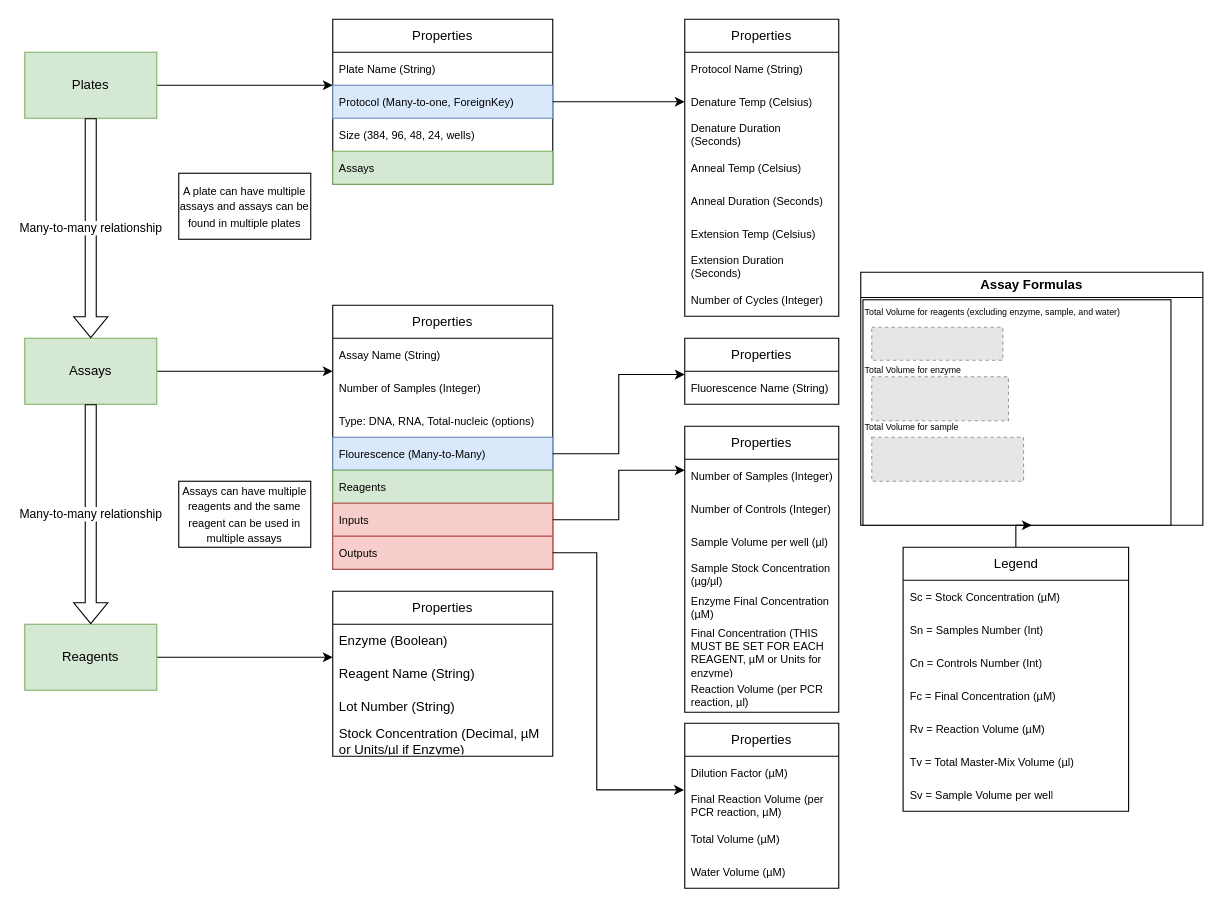
Above: page "Plate Schema" (5 of 5) of Untitled Diagram.drawio in FusRaDa/pcr-paperwork-website-draw (draw.io), before the change. Source tidied: cells renumbered, new cells numbered last; positions are measured from the earlier drawing's top-left corner, leaving out a move shared by most shapes. Both pictures are drawn from the tidied source at 110%, with x=0, y=0 at pixel (24, 19). Pictures stored in the file or linked from it are replaced by grey dashed boxes.
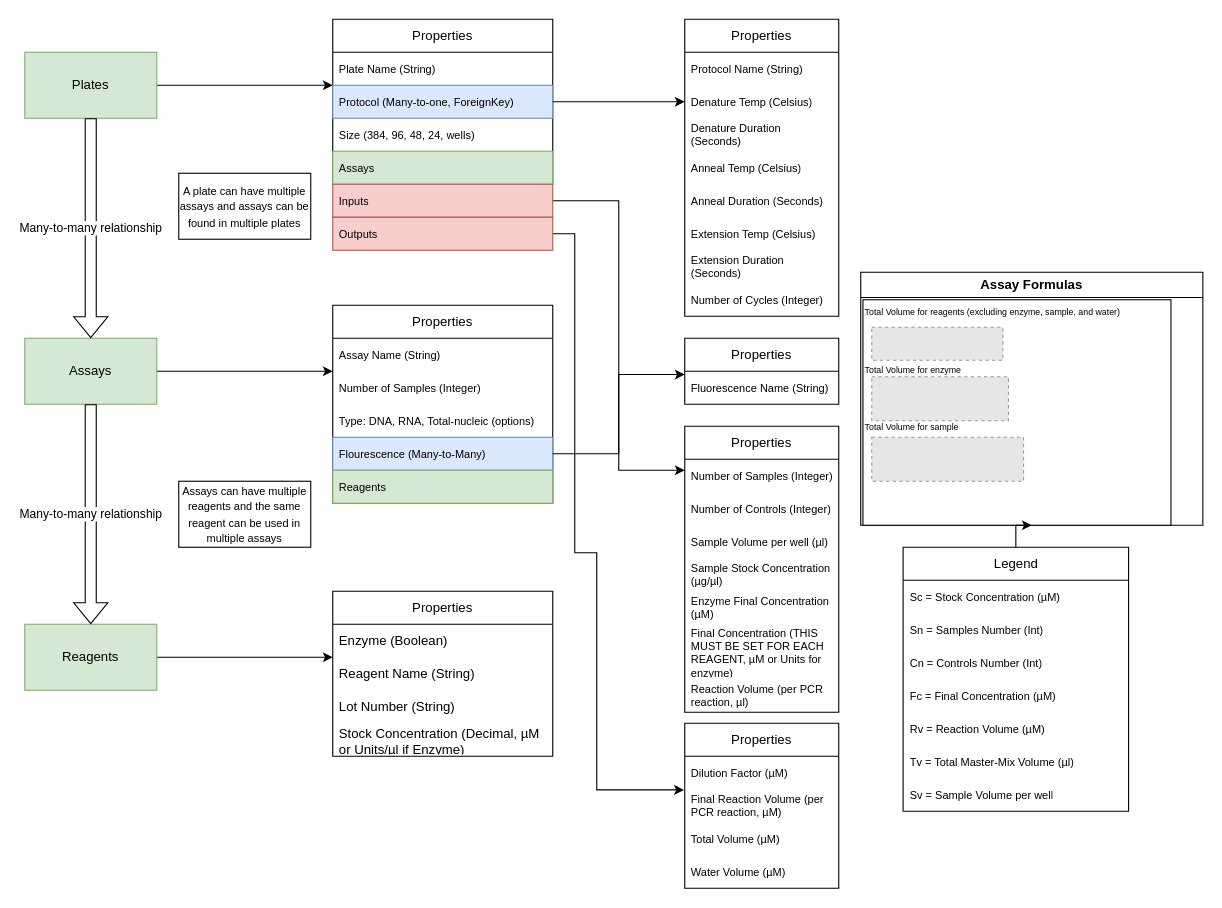
After the change.

The change refers to these unchanged cells:
```xml
<mxCell id="55" value="Final Reaction Volume (per PCR reaction, µM)" style="text;strokeColor=none;fillColor=none;align=left;verticalAlign=middle;spacingLeft=4;spacingRight=4;overflow=hidden;points=[[0,0.5],[1,0.5]];portConstraint=eastwest;whiteSpace=wrap;html=1;fontSize=10;" parent="53" vertex="1">
  <mxGeometry y="60" width="140" height="30" as="geometry" />
</mxCell>
```

What changed in the source:
```diff
@@
     <mxCell id="27" value="Properties" style="swimlane;fontStyle=0;horizontal=1;startSize=30;whiteSpace=wrap;html=1;" parent="1" vertex="1">
-      <mxGeometry x="280" y="260" width="200" height="240" as="geometry" />
+      <mxGeometry x="280" y="260" width="200" height="180" as="geometry" />
     </mxCell>
@@
-    <mxCell id="33" value="Inputs" style="text;strokeColor=#b85450;fillColor=#f8cecc;align=left;verticalAlign=middle;spacingLeft=4;spacingRight=4;overflow=hidden;points=[[0,0.5],[1,0.5]];portConstraint=eastwest;whiteSpace=wrap;html=1;fontSize=10;" parent="27" vertex="1">
-      <mxGeometry y="180" width="200" height="30" as="geometry" />
-    </mxCell>
-    <mxCell id="34" value="Outputs" style="text;strokeColor=#b85450;fillColor=#f8cecc;align=left;verticalAlign=middle;spacingLeft=4;spacingRight=4;overflow=hidden;points=[[0,0.5],[1,0.5]];portConstraint=eastwest;whiteSpace=wrap;html=1;fontSize=10;" parent="27" vertex="1">
-      <mxGeometry y="210" width="200" height="30" as="geometry" />
-    </mxCell>
@@
     <mxCell id="51" style="edgeStyle=orthogonalEdgeStyle;rounded=0;jettySize=auto;html=1;" parent="1" edge="1" source="33">
       <mxGeometry relative="1" as="geometry">
         <mxPoint x="600" y="410" as="targetPoint" />
         <Array as="points">
-          <mxPoint x="540" y="455" />
+          <mxPoint x="540" y="165" />
           <mxPoint x="540" y="410" />
-          <mxPoint x="600" y="410" />
         </Array>
       </mxGeometry>
     </mxCell>
     <mxCell id="52" style="edgeStyle=orthogonalEdgeStyle;rounded=0;jettySize=auto;html=1;entryX=-0.005;entryY=0.02;entryDx=0;entryDy=0;entryPerimeter=0;" parent="1" edge="1" source="34" target="55">
       <mxGeometry relative="1" as="geometry">
         <Array as="points">
+          <mxPoint x="500" y="195" />
+          <mxPoint x="500" y="485" />
           <mxPoint x="520" y="485" />
-          <mxPoint x="520" y="700" />
-          <mxPoint x="599" y="700" />
+          <mxPoint x="520" y="701" />
         </Array>
       </mxGeometry>
     </mxCell>
@@
+    <mxCell id="33" value="Inputs" style="text;strokeColor=#b85450;fillColor=#f8cecc;align=left;verticalAlign=middle;spacingLeft=4;spacingRight=4;overflow=hidden;points=[[0,0.5],[1,0.5]];portConstraint=eastwest;whiteSpace=wrap;html=1;fontSize=10;" parent="1" vertex="1">
+      <mxGeometry x="280" y="150" width="200" height="30" as="geometry" />
+    </mxCell>
+    <mxCell id="34" value="Outputs" style="text;strokeColor=#b85450;fillColor=#f8cecc;align=left;verticalAlign=middle;spacingLeft=4;spacingRight=4;overflow=hidden;points=[[0,0.5],[1,0.5]];portConstraint=eastwest;whiteSpace=wrap;html=1;fontSize=10;" parent="1" vertex="1">
+      <mxGeometry x="280" y="180" width="200" height="30" as="geometry" />
+    </mxCell>
```
